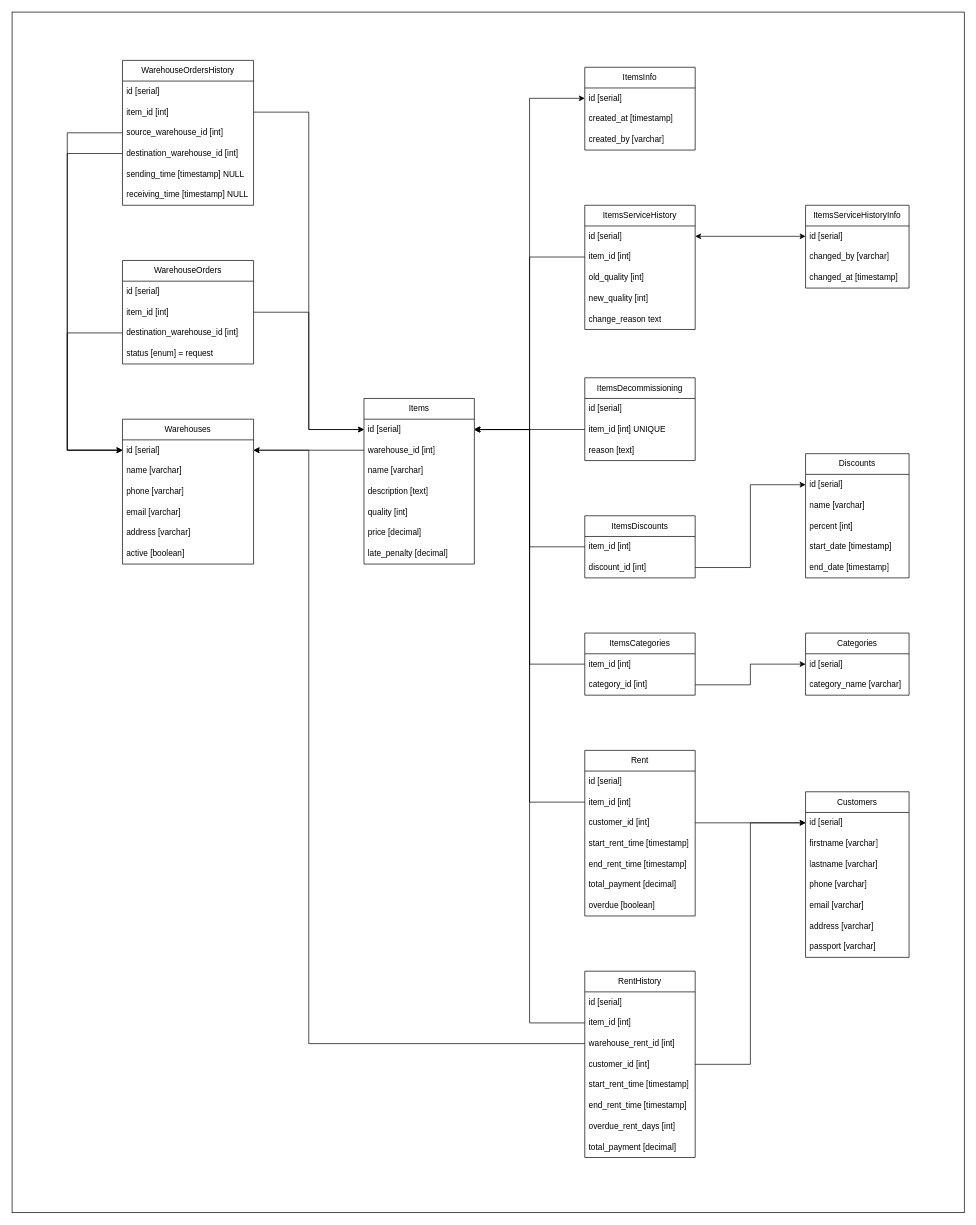
Nieele/invacc_desktop keeps this draw.io diagram as sql/database.drawio. Above is the earlier version. Source tidied: cells renumbered, new cells numbered last; positions are measured from the earlier drawing's top-left corner, leaving out a move shared by most shapes. Both pictures are drawn from the tidied source at 69%, with x=0, y=0 at pixel (12, 12).
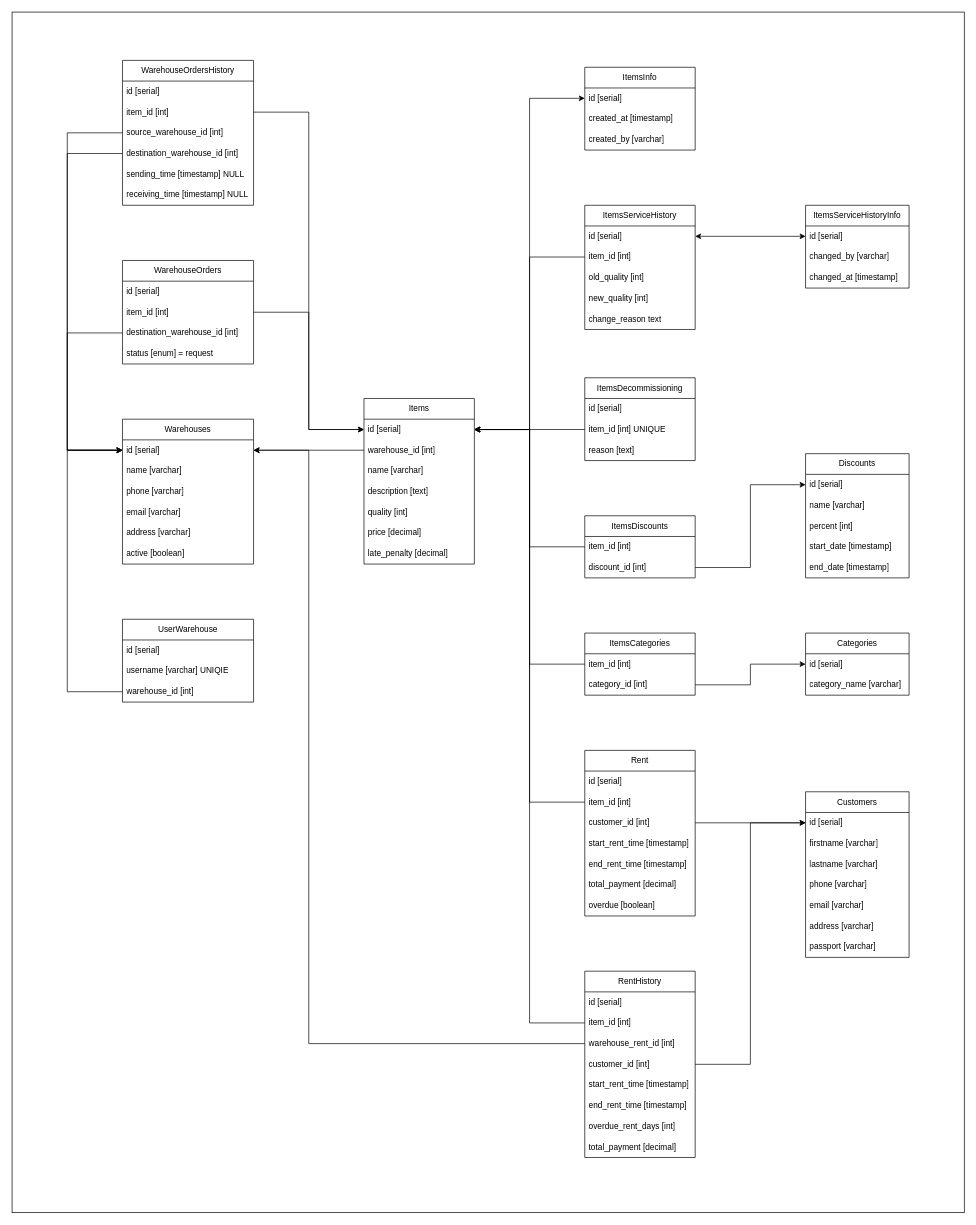
The same page after the edit.

Commit message (it also covers changes not shown here):
feat(sql): add UserWarehouse table for linking users to warehouse

Unchanged cells that the change refers to:
```xml
<mxCell id="4" value="id [serial]" style="text;strokeColor=none;fillColor=none;align=left;verticalAlign=middle;spacingLeft=4;spacingRight=4;overflow=hidden;points=[[0,0.5],[1,0.5]];portConstraint=eastwest;whiteSpace=wrap;html=1;" parent="3" vertex="1">
  <mxGeometry y="30" width="190" height="30" as="geometry" />
</mxCell>
```

The edit, as a diff of the source:
```diff
@@
+    <mxCell id="107" value="UserWarehouse" style="swimlane;fontStyle=0;horizontal=1;startSize=30;whiteSpace=wrap;html=1;" parent="1" vertex="1">
+      <mxGeometry x="160" y="880" width="190" height="120" as="geometry" />
+    </mxCell>
+    <mxCell id="108" value="id [serial]" style="text;strokeColor=none;fillColor=none;align=left;verticalAlign=middle;spacingLeft=4;spacingRight=4;overflow=hidden;whiteSpace=wrap;html=1;" parent="107" vertex="1">
+      <mxGeometry y="30" width="190" height="30" as="geometry" />
+    </mxCell>
+    <mxCell id="109" value="username [varchar] UNIQIE" style="text;strokeColor=none;fillColor=none;align=left;verticalAlign=middle;spacingLeft=4;spacingRight=4;overflow=hidden;whiteSpace=wrap;html=1;" parent="107" vertex="1">
+      <mxGeometry y="60" width="190" height="30" as="geometry" />
+    </mxCell>
+    <mxCell id="110" value="warehouse_id [int]" style="text;strokeColor=none;fillColor=none;align=left;verticalAlign=middle;spacingLeft=4;spacingRight=4;overflow=hidden;points=[[0,0.5],[1,0.5]];portConstraint=eastwest;whiteSpace=wrap;html=1;" parent="107" vertex="1">
+      <mxGeometry y="90" width="190" height="30" as="geometry" />
+    </mxCell>
+    <mxCell id="111" style="endArrow=classic;html=1;rounded=0;exitX=0;exitY=0.5;exitDx=0;exitDy=0;entryX=0;entryY=0.5;entryDx=0;entryDy=0;" parent="1" edge="1" source="110" target="4">
+      <mxGeometry relative="1" as="geometry">
+        <Array as="points">
+          <mxPoint x="80" y="985" />
+          <mxPoint x="80" y="635" />
+        </Array>
+      </mxGeometry>
+    </mxCell>
```
